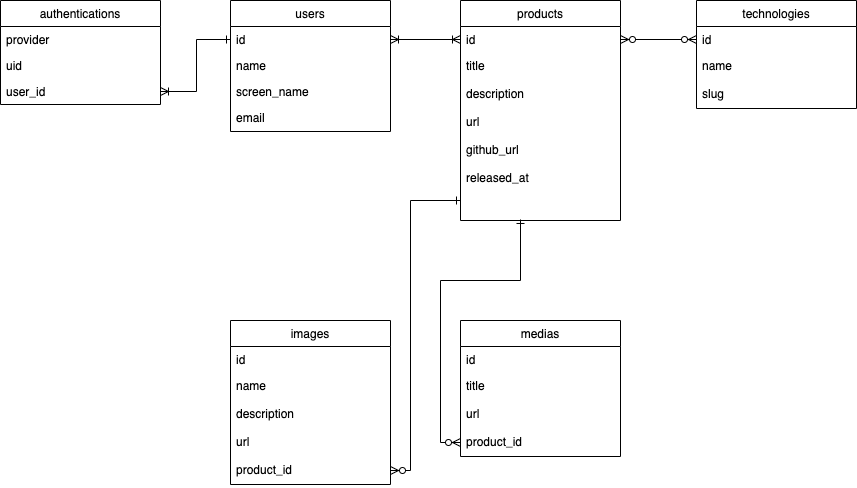
Earlier version of the draw.io export erd.png (runteq/fledge-hub). Source tidied: cells renumbered, new cells last; positions are measured from the earlier drawing's top-left corner, leaving out a move shared by most shapes. The source it was exported from:
```xml
<mxGraphModel>
  <root>
    <mxCell id="0" />
    <mxCell id="1" parent="0" />
    <mxCell id="2" style="edgeStyle=orthogonalEdgeStyle;rounded=0;jettySize=auto;html=1;entryX=1;entryY=0.5;entryDx=0;entryDy=0;startArrow=ERone;startFill=0;endArrow=ERoneToMany;endFill=0;exitX=0;exitY=0.5;exitDx=0;exitDy=0;" parent="1" edge="1" source="4" target="15">
      <mxGeometry relative="1" as="geometry">
        <Array as="points">
          <mxPoint x="196" y="39" />
          <mxPoint x="196" y="91" />
        </Array>
      </mxGeometry>
    </mxCell>
    <mxCell id="3" value="users" style="swimlane;fontStyle=0;align=center;verticalAlign=top;horizontal=1;startSize=26;rounded=0;shadow=0;strokeWidth=1;" parent="1" vertex="1">
      <mxGeometry x="230" width="160" height="131" as="geometry" />
    </mxCell>
    <mxCell id="4" value="id" style="text;align=left;verticalAlign=top;spacingLeft=4;spacingRight=4;overflow=hidden;points=[[0,0.5],[1,0.5]];portConstraint=eastwest;" parent="3" vertex="1">
      <mxGeometry y="26" width="160" height="26" as="geometry" />
    </mxCell>
    <mxCell id="5" value="name" style="text;align=left;verticalAlign=top;spacingLeft=4;spacingRight=4;overflow=hidden;rounded=0;shadow=0;html=0;" parent="3" vertex="1">
      <mxGeometry y="52" width="160" height="26" as="geometry" />
    </mxCell>
    <mxCell id="6" value="screen_name" style="text;align=left;verticalAlign=top;spacingLeft=4;spacingRight=4;overflow=hidden;rounded=0;shadow=0;html=0;" parent="3" vertex="1">
      <mxGeometry y="78" width="160" height="26" as="geometry" />
    </mxCell>
    <mxCell id="7" value="email" style="text;align=left;verticalAlign=top;spacingLeft=4;spacingRight=4;overflow=hidden;rounded=0;shadow=0;html=0;" parent="3" vertex="1">
      <mxGeometry y="104" width="160" height="26" as="geometry" />
    </mxCell>
    <mxCell id="8" value="technologies" style="swimlane;fontStyle=0;align=center;verticalAlign=top;horizontal=1;startSize=26;rounded=0;shadow=0;strokeWidth=1;gradientColor=none;" parent="1" vertex="1">
      <mxGeometry x="696" width="160" height="108" as="geometry" />
    </mxCell>
    <mxCell id="9" value="id" style="text;align=left;verticalAlign=top;spacingLeft=4;spacingRight=4;overflow=hidden;points=[[0,0.5],[1,0.5]];portConstraint=eastwest;rounded=0;shadow=0;html=0;" parent="8" vertex="1">
      <mxGeometry y="26" width="160" height="26" as="geometry" />
    </mxCell>
    <mxCell id="10" value="name" style="text;align=left;verticalAlign=top;spacingLeft=4;spacingRight=4;overflow=hidden;rounded=0;shadow=0;html=0;" parent="8" vertex="1">
      <mxGeometry y="52" width="160" height="28" as="geometry" />
    </mxCell>
    <mxCell id="11" value="slug" style="text;align=left;verticalAlign=top;spacingLeft=4;spacingRight=4;overflow=hidden;rounded=0;shadow=0;html=0;" parent="8" vertex="1">
      <mxGeometry y="80" width="160" height="28" as="geometry" />
    </mxCell>
    <mxCell id="12" value="authentications" style="swimlane;fontStyle=0;align=center;verticalAlign=top;horizontal=1;startSize=26;rounded=0;shadow=0;strokeWidth=1;" parent="1" vertex="1">
      <mxGeometry width="160" height="104" as="geometry" />
    </mxCell>
    <mxCell id="13" value="provider" style="text;align=left;verticalAlign=top;spacingLeft=4;spacingRight=4;overflow=hidden;rounded=0;shadow=0;html=0;" parent="12" vertex="1">
      <mxGeometry y="26" width="160" height="26" as="geometry" />
    </mxCell>
    <mxCell id="14" value="uid" style="text;align=left;verticalAlign=top;spacingLeft=4;spacingRight=4;overflow=hidden;rounded=0;shadow=0;html=0;" parent="12" vertex="1">
      <mxGeometry y="52" width="160" height="26" as="geometry" />
    </mxCell>
    <mxCell id="15" value="user_id" style="text;align=left;verticalAlign=top;spacingLeft=4;spacingRight=4;overflow=hidden;points=[[0,0.5],[1,0.5]];portConstraint=eastwest;" parent="12" vertex="1">
      <mxGeometry y="78" width="160" height="26" as="geometry" />
    </mxCell>
    <mxCell id="16" value="products" style="swimlane;fontStyle=0;align=center;verticalAlign=top;horizontal=1;startSize=26;rounded=0;shadow=0;strokeWidth=1;gradientColor=none;" parent="1" vertex="1">
      <mxGeometry x="460" width="160" height="220" as="geometry" />
    </mxCell>
    <mxCell id="17" value="id" style="text;align=left;verticalAlign=top;spacingLeft=4;spacingRight=4;overflow=hidden;points=[[0,0.5],[1,0.5]];portConstraint=eastwest;rounded=0;shadow=0;html=0;" parent="16" vertex="1">
      <mxGeometry y="26" width="160" height="26" as="geometry" />
    </mxCell>
    <mxCell id="18" value="title" style="text;align=left;verticalAlign=top;spacingLeft=4;spacingRight=4;overflow=hidden;rounded=0;shadow=0;html=0;" parent="16" vertex="1">
      <mxGeometry y="52" width="160" height="28" as="geometry" />
    </mxCell>
    <mxCell id="19" value="description" style="text;align=left;verticalAlign=top;spacingLeft=4;spacingRight=4;overflow=hidden;rounded=0;shadow=0;html=0;" parent="16" vertex="1">
      <mxGeometry y="80" width="160" height="28" as="geometry" />
    </mxCell>
    <mxCell id="20" value="url" style="text;align=left;verticalAlign=top;spacingLeft=4;spacingRight=4;overflow=hidden;rounded=0;shadow=0;html=0;" parent="16" vertex="1">
      <mxGeometry y="108" width="160" height="28" as="geometry" />
    </mxCell>
    <mxCell id="21" value="github_url" style="text;align=left;verticalAlign=top;spacingLeft=4;spacingRight=4;overflow=hidden;rounded=0;shadow=0;html=0;" parent="16" vertex="1">
      <mxGeometry y="136" width="160" height="28" as="geometry" />
    </mxCell>
    <mxCell id="22" value="released_at" style="text;align=left;verticalAlign=top;spacingLeft=4;spacingRight=4;overflow=hidden;rounded=0;shadow=0;html=0;" parent="16" vertex="1">
      <mxGeometry y="164" width="160" height="28" as="geometry" />
    </mxCell>
    <mxCell id="23" value="medias" style="swimlane;fontStyle=0;align=center;verticalAlign=top;horizontal=1;startSize=26;rounded=0;shadow=0;strokeWidth=1;gradientColor=none;" parent="1" vertex="1">
      <mxGeometry x="460" y="320" width="160" height="136" as="geometry" />
    </mxCell>
    <mxCell id="24" value="id" style="text;align=left;verticalAlign=top;spacingLeft=4;spacingRight=4;overflow=hidden;rounded=0;shadow=0;html=0;" parent="23" vertex="1">
      <mxGeometry y="26" width="160" height="26" as="geometry" />
    </mxCell>
    <mxCell id="25" value="title" style="text;align=left;verticalAlign=top;spacingLeft=4;spacingRight=4;overflow=hidden;rounded=0;shadow=0;html=0;" parent="23" vertex="1">
      <mxGeometry y="52" width="160" height="28" as="geometry" />
    </mxCell>
    <mxCell id="26" value="url" style="text;align=left;verticalAlign=top;spacingLeft=4;spacingRight=4;overflow=hidden;rounded=0;shadow=0;html=0;" parent="23" vertex="1">
      <mxGeometry y="80" width="160" height="28" as="geometry" />
    </mxCell>
    <mxCell id="27" value="product_id" style="text;align=left;verticalAlign=top;spacingLeft=4;spacingRight=4;overflow=hidden;points=[[0,0.5],[1,0.5]];portConstraint=eastwest;rounded=0;shadow=0;html=0;" parent="23" vertex="1">
      <mxGeometry y="108" width="160" height="28" as="geometry" />
    </mxCell>
    <mxCell id="28" style="edgeStyle=orthogonalEdgeStyle;rounded=0;jettySize=auto;html=1;exitX=1;exitY=0.5;exitDx=0;exitDy=0;entryX=0;entryY=0.5;entryDx=0;entryDy=0;startArrow=ERzeroToMany;startFill=1;endArrow=ERzeroToMany;endFill=1;" parent="1" edge="1" source="17" target="9">
      <mxGeometry relative="1" as="geometry" />
    </mxCell>
    <mxCell id="29" style="edgeStyle=orthogonalEdgeStyle;rounded=0;jettySize=auto;html=1;exitX=1;exitY=0.5;exitDx=0;exitDy=0;entryX=0;entryY=0.5;entryDx=0;entryDy=0;startArrow=ERoneToMany;startFill=0;endArrow=ERoneToMany;endFill=0;" parent="1" edge="1" source="4">
      <mxGeometry relative="1" as="geometry">
        <mxPoint x="460" y="39" as="targetPoint" />
      </mxGeometry>
    </mxCell>
    <mxCell id="30" style="edgeStyle=orthogonalEdgeStyle;rounded=0;jettySize=auto;html=1;exitX=0;exitY=0.5;exitDx=0;exitDy=0;entryX=0.375;entryY=0.964;entryDx=0;entryDy=0;entryPerimeter=0;startArrow=ERzeroToMany;startFill=1;endArrow=ERone;endFill=0;" parent="1" edge="1" source="27">
      <mxGeometry relative="1" as="geometry">
        <mxPoint x="520" y="219" as="targetPoint" />
        <Array as="points">
          <mxPoint x="440" y="442" />
          <mxPoint x="440" y="280" />
          <mxPoint x="520" y="280" />
        </Array>
      </mxGeometry>
    </mxCell>
    <mxCell id="31" value="images" style="swimlane;fontStyle=0;align=center;verticalAlign=top;horizontal=1;startSize=26;rounded=0;shadow=0;strokeWidth=1;gradientColor=none;" parent="1" vertex="1">
      <mxGeometry x="230" y="320" width="160" height="164" as="geometry" />
    </mxCell>
    <mxCell id="32" value="id" style="text;align=left;verticalAlign=top;spacingLeft=4;spacingRight=4;overflow=hidden;rounded=0;shadow=0;html=0;" parent="31" vertex="1">
      <mxGeometry y="26" width="160" height="26" as="geometry" />
    </mxCell>
    <mxCell id="33" value="name" style="text;align=left;verticalAlign=top;spacingLeft=4;spacingRight=4;overflow=hidden;rounded=0;shadow=0;html=0;" parent="31" vertex="1">
      <mxGeometry y="52" width="160" height="28" as="geometry" />
    </mxCell>
    <mxCell id="34" value="description" style="text;align=left;verticalAlign=top;spacingLeft=4;spacingRight=4;overflow=hidden;rounded=0;shadow=0;html=0;" parent="31" vertex="1">
      <mxGeometry y="80" width="160" height="28" as="geometry" />
    </mxCell>
    <mxCell id="35" value="url" style="text;align=left;verticalAlign=top;spacingLeft=4;spacingRight=4;overflow=hidden;rounded=0;shadow=0;html=0;" parent="31" vertex="1">
      <mxGeometry y="108" width="160" height="28" as="geometry" />
    </mxCell>
    <mxCell id="36" value="product_id" style="text;align=left;verticalAlign=top;spacingLeft=4;spacingRight=4;overflow=hidden;points=[[0,0.5],[1,0.5]];portConstraint=eastwest;rounded=0;shadow=0;html=0;" parent="31" vertex="1">
      <mxGeometry y="136" width="160" height="28" as="geometry" />
    </mxCell>
    <mxCell id="37" style="edgeStyle=orthogonalEdgeStyle;rounded=0;jettySize=auto;html=1;exitX=1;exitY=0.5;exitDx=0;exitDy=0;startArrow=ERzeroToMany;startFill=1;endArrow=ERone;endFill=0;" parent="1" edge="1" source="36">
      <mxGeometry relative="1" as="geometry">
        <mxPoint x="460" y="200" as="targetPoint" />
        <Array as="points">
          <mxPoint x="410" y="470" />
          <mxPoint x="410" y="200" />
        </Array>
      </mxGeometry>
    </mxCell>
  </root>
</mxGraphModel>
```
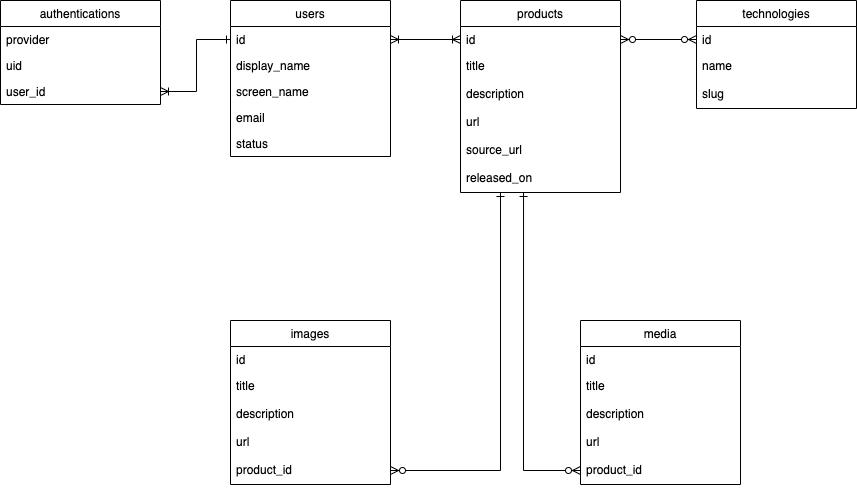
After the change.

The edit, as a diff of the source:
```diff
@@ -11,19 +11,22 @@
       </mxGeometry>
     </mxCell>
     <mxCell id="3" value="users" style="swimlane;fontStyle=0;align=center;verticalAlign=top;horizontal=1;startSize=26;rounded=0;shadow=0;strokeWidth=1;" parent="1" vertex="1">
-      <mxGeometry x="230" width="160" height="131" as="geometry" />
+      <mxGeometry x="230" width="160" height="156" as="geometry" />
     </mxCell>
     <mxCell id="4" value="id" style="text;align=left;verticalAlign=top;spacingLeft=4;spacingRight=4;overflow=hidden;points=[[0,0.5],[1,0.5]];portConstraint=eastwest;" parent="3" vertex="1">
       <mxGeometry y="26" width="160" height="26" as="geometry" />
     </mxCell>
-    <mxCell id="5" value="name" style="text;align=left;verticalAlign=top;spacingLeft=4;spacingRight=4;overflow=hidden;rounded=0;shadow=0;html=0;" parent="3" vertex="1">
+    <mxCell id="5" value="display_name" style="text;align=left;verticalAlign=top;spacingLeft=4;spacingRight=4;overflow=hidden;rounded=0;shadow=0;html=0;" parent="3" vertex="1">
       <mxGeometry y="52" width="160" height="26" as="geometry" />
     </mxCell>
     <mxCell id="6" value="screen_name" style="text;align=left;verticalAlign=top;spacingLeft=4;spacingRight=4;overflow=hidden;rounded=0;shadow=0;html=0;" parent="3" vertex="1">
       <mxGeometry y="78" width="160" height="26" as="geometry" />
     </mxCell>
+    <mxCell id="38" value="email" style="text;align=left;verticalAlign=top;spacingLeft=4;spacingRight=4;overflow=hidden;rounded=0;shadow=0;html=0;" parent="3" vertex="1">
+      <mxGeometry y="104" width="160" height="26" as="geometry" />
+    </mxCell>
-    <mxCell id="7" value="email" style="text;align=left;verticalAlign=top;spacingLeft=4;spacingRight=4;overflow=hidden;rounded=0;shadow=0;html=0;" parent="3" vertex="1">
-      <mxGeometry y="104" width="160" height="26" as="geometry" />
+    <mxCell id="7" value="status" style="text;align=left;verticalAlign=top;spacingLeft=4;spacingRight=4;overflow=hidden;rounded=0;shadow=0;html=0;" parent="3" vertex="1">
+      <mxGeometry y="130" width="160" height="26" as="geometry" />
     </mxCell>
     <mxCell id="8" value="technologies" style="swimlane;fontStyle=0;align=center;verticalAlign=top;horizontal=1;startSize=26;rounded=0;shadow=0;strokeWidth=1;gradientColor=none;" parent="1" vertex="1">
       <mxGeometry x="696" width="160" height="108" as="geometry" />
@@ -50,7 +53,7 @@
       <mxGeometry y="78" width="160" height="26" as="geometry" />
     </mxCell>
     <mxCell id="16" value="products" style="swimlane;fontStyle=0;align=center;verticalAlign=top;horizontal=1;startSize=26;rounded=0;shadow=0;strokeWidth=1;gradientColor=none;" parent="1" vertex="1">
-      <mxGeometry x="460" width="160" height="220" as="geometry" />
+      <mxGeometry x="460" width="160" height="192" as="geometry" />
     </mxCell>
     <mxCell id="17" value="id" style="text;align=left;verticalAlign=top;spacingLeft=4;spacingRight=4;overflow=hidden;points=[[0,0.5],[1,0.5]];portConstraint=eastwest;rounded=0;shadow=0;html=0;" parent="16" vertex="1">
       <mxGeometry y="26" width="160" height="26" as="geometry" />
@@ -64,14 +67,14 @@
     <mxCell id="20" value="url" style="text;align=left;verticalAlign=top;spacingLeft=4;spacingRight=4;overflow=hidden;rounded=0;shadow=0;html=0;" parent="16" vertex="1">
       <mxGeometry y="108" width="160" height="28" as="geometry" />
     </mxCell>
-    <mxCell id="21" value="github_url" style="text;align=left;verticalAlign=top;spacingLeft=4;spacingRight=4;overflow=hidden;rounded=0;shadow=0;html=0;" parent="16" vertex="1">
+    <mxCell id="21" value="source_url" style="text;align=left;verticalAlign=top;spacingLeft=4;spacingRight=4;overflow=hidden;rounded=0;shadow=0;html=0;" parent="16" vertex="1">
       <mxGeometry y="136" width="160" height="28" as="geometry" />
     </mxCell>
-    <mxCell id="22" value="released_at" style="text;align=left;verticalAlign=top;spacingLeft=4;spacingRight=4;overflow=hidden;rounded=0;shadow=0;html=0;" parent="16" vertex="1">
-      <mxGeometry y="164" width="160" height="28" as="geometry" />
-    </mxCell>
+    <mxCell id="39" value="released_on" style="text;align=left;verticalAlign=top;spacingLeft=4;spacingRight=4;overflow=hidden;points=[[0,0.5],[1,0.5]];portConstraint=eastwest;rounded=0;shadow=0;html=0;" parent="16" vertex="1">
+      <mxGeometry y="164" width="160" height="28" as="geometry" />
+    </mxCell>
-    <mxCell id="23" value="medias" style="swimlane;fontStyle=0;align=center;verticalAlign=top;horizontal=1;startSize=26;rounded=0;shadow=0;strokeWidth=1;gradientColor=none;" parent="1" vertex="1">
-      <mxGeometry x="460" y="320" width="160" height="136" as="geometry" />
+    <mxCell id="23" value="media" style="swimlane;fontStyle=0;align=center;verticalAlign=top;horizontal=1;startSize=26;rounded=0;shadow=0;strokeWidth=1;gradientColor=none;" parent="1" vertex="1">
+      <mxGeometry x="580" y="320" width="160" height="164" as="geometry" />
     </mxCell>
     <mxCell id="24" value="id" style="text;align=left;verticalAlign=top;spacingLeft=4;spacingRight=4;overflow=hidden;rounded=0;shadow=0;html=0;" parent="23" vertex="1">
       <mxGeometry y="26" width="160" height="26" as="geometry" />
@@ -79,11 +82,14 @@
     <mxCell id="25" value="title" style="text;align=left;verticalAlign=top;spacingLeft=4;spacingRight=4;overflow=hidden;rounded=0;shadow=0;html=0;" parent="23" vertex="1">
       <mxGeometry y="52" width="160" height="28" as="geometry" />
     </mxCell>
+    <mxCell id="40" value="description" style="text;align=left;verticalAlign=top;spacingLeft=4;spacingRight=4;overflow=hidden;rounded=0;shadow=0;html=0;" parent="23" vertex="1">
+      <mxGeometry y="80" width="160" height="28" as="geometry" />
+    </mxCell>
     <mxCell id="26" value="url" style="text;align=left;verticalAlign=top;spacingLeft=4;spacingRight=4;overflow=hidden;rounded=0;shadow=0;html=0;" parent="23" vertex="1">
-      <mxGeometry y="80" width="160" height="28" as="geometry" />
+      <mxGeometry y="108" width="160" height="28" as="geometry" />
     </mxCell>
     <mxCell id="27" value="product_id" style="text;align=left;verticalAlign=top;spacingLeft=4;spacingRight=4;overflow=hidden;points=[[0,0.5],[1,0.5]];portConstraint=eastwest;rounded=0;shadow=0;html=0;" parent="23" vertex="1">
-      <mxGeometry y="108" width="160" height="28" as="geometry" />
+      <mxGeometry y="136" width="160" height="28" as="geometry" />
     </mxCell>
     <mxCell id="28" style="edgeStyle=orthogonalEdgeStyle;rounded=0;jettySize=auto;html=1;exitX=1;exitY=0.5;exitDx=0;exitDy=0;entryX=0;entryY=0.5;entryDx=0;entryDy=0;startArrow=ERzeroToMany;startFill=1;endArrow=ERzeroToMany;endFill=1;" parent="1" edge="1" source="17" target="9">
       <mxGeometry relative="1" as="geometry" />
@@ -93,13 +99,10 @@
         <mxPoint x="460" y="39" as="targetPoint" />
       </mxGeometry>
     </mxCell>
-    <mxCell id="30" style="edgeStyle=orthogonalEdgeStyle;rounded=0;jettySize=auto;html=1;exitX=0;exitY=0.5;exitDx=0;exitDy=0;entryX=0.375;entryY=0.964;entryDx=0;entryDy=0;entryPerimeter=0;startArrow=ERzeroToMany;startFill=1;endArrow=ERone;endFill=0;" parent="1" edge="1" source="27">
+    <mxCell id="30" style="edgeStyle=orthogonalEdgeStyle;rounded=0;jettySize=auto;html=1;exitX=0;exitY=0.5;exitDx=0;exitDy=0;entryX=0.394;entryY=1;entryDx=0;entryDy=0;entryPerimeter=0;startArrow=ERzeroToMany;startFill=1;endArrow=ERone;endFill=0;" parent="1" edge="1" source="27" target="39">
       <mxGeometry relative="1" as="geometry">
-        <mxPoint x="520" y="219" as="targetPoint" />
         <Array as="points">
-          <mxPoint x="440" y="442" />
-          <mxPoint x="440" y="280" />
-          <mxPoint x="520" y="280" />
+          <mxPoint x="523" y="470" />
         </Array>
       </mxGeometry>
     </mxCell>
@@ -109,7 +112,7 @@
     <mxCell id="32" value="id" style="text;align=left;verticalAlign=top;spacingLeft=4;spacingRight=4;overflow=hidden;rounded=0;shadow=0;html=0;" parent="31" vertex="1">
       <mxGeometry y="26" width="160" height="26" as="geometry" />
     </mxCell>
-    <mxCell id="33" value="name" style="text;align=left;verticalAlign=top;spacingLeft=4;spacingRight=4;overflow=hidden;rounded=0;shadow=0;html=0;" parent="31" vertex="1">
+    <mxCell id="33" value="title" style="text;align=left;verticalAlign=top;spacingLeft=4;spacingRight=4;overflow=hidden;rounded=0;shadow=0;html=0;" parent="31" vertex="1">
       <mxGeometry y="52" width="160" height="28" as="geometry" />
     </mxCell>
     <mxCell id="34" value="description" style="text;align=left;verticalAlign=top;spacingLeft=4;spacingRight=4;overflow=hidden;rounded=0;shadow=0;html=0;" parent="31" vertex="1">
@@ -121,12 +124,10 @@
     <mxCell id="36" value="product_id" style="text;align=left;verticalAlign=top;spacingLeft=4;spacingRight=4;overflow=hidden;points=[[0,0.5],[1,0.5]];portConstraint=eastwest;rounded=0;shadow=0;html=0;" parent="31" vertex="1">
       <mxGeometry y="136" width="160" height="28" as="geometry" />
     </mxCell>
-    <mxCell id="37" style="edgeStyle=orthogonalEdgeStyle;rounded=0;jettySize=auto;html=1;exitX=1;exitY=0.5;exitDx=0;exitDy=0;startArrow=ERzeroToMany;startFill=1;endArrow=ERone;endFill=0;" parent="1" edge="1" source="36">
+    <mxCell id="37" style="edgeStyle=orthogonalEdgeStyle;rounded=0;jettySize=auto;html=1;exitX=1;exitY=0.5;exitDx=0;exitDy=0;startArrow=ERzeroToMany;startFill=1;endArrow=ERone;endFill=0;entryX=0.25;entryY=1;entryDx=0;entryDy=0;" parent="1" edge="1" source="36" target="16">
       <mxGeometry relative="1" as="geometry">
-        <mxPoint x="460" y="200" as="targetPoint" />
         <Array as="points">
-          <mxPoint x="410" y="470" />
-          <mxPoint x="410" y="200" />
+          <mxPoint x="500" y="470" />
         </Array>
       </mxGeometry>
     </mxCell>
```
